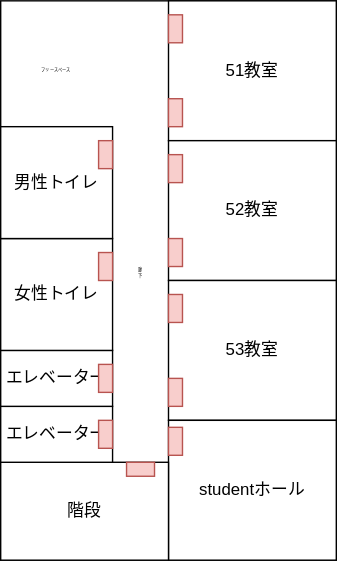
Earlier version of the draw.io export public/map/images/map_5.svg (ishida-0622/project-s3). Source tidied: cells renumbered, new cells last; positions are measured from the earlier drawing's top-left corner, leaving out a move shared by most shapes. Source of this version:
```xml
<mxGraphModel>
  <root>
    <mxCell id="0" />
    <mxCell id="1" parent="0" />
    <mxCell id="2" style="rounded=0;whiteSpace=wrap;html=1;" parent="1" vertex="1">
      <mxGeometry width="240" height="400" as="geometry" />
    </mxCell>
    <mxCell id="3" value="51教室" style="rounded=0;whiteSpace=wrap;html=1;" parent="1" vertex="1">
      <mxGeometry x="120" width="120" height="100" as="geometry" />
    </mxCell>
    <mxCell id="4" value="52教室" style="rounded=0;whiteSpace=wrap;html=1;" parent="1" vertex="1">
      <mxGeometry x="120" y="100" width="120" height="100" as="geometry" />
    </mxCell>
    <mxCell id="5" value="53教室" style="rounded=0;whiteSpace=wrap;html=1;" parent="1" vertex="1">
      <mxGeometry x="120" y="200" width="120" height="100" as="geometry" />
    </mxCell>
    <mxCell id="6" value="studentホール" style="rounded=0;whiteSpace=wrap;html=1;" parent="1" vertex="1">
      <mxGeometry x="120" y="300" width="120" height="100" as="geometry" />
    </mxCell>
    <mxCell id="7" value="階段" style="rounded=0;whiteSpace=wrap;html=1;" parent="1" vertex="1">
      <mxGeometry y="330" width="120" height="70" as="geometry" />
    </mxCell>
    <mxCell id="8" value="エレベーター" style="rounded=0;whiteSpace=wrap;html=1;" parent="1" vertex="1">
      <mxGeometry y="290" width="80" height="40" as="geometry" />
    </mxCell>
    <mxCell id="9" value="エレベーター" style="rounded=0;whiteSpace=wrap;html=1;" parent="1" vertex="1">
      <mxGeometry y="250" width="80" height="40" as="geometry" />
    </mxCell>
    <mxCell id="10" value="女性トイレ" style="rounded=0;whiteSpace=wrap;html=1;" parent="1" vertex="1">
      <mxGeometry y="170" width="80" height="80" as="geometry" />
    </mxCell>
    <mxCell id="11" value="男性トイレ" style="rounded=0;whiteSpace=wrap;html=1;" parent="1" vertex="1">
      <mxGeometry y="90" width="80" height="80" as="geometry" />
    </mxCell>
    <mxCell id="12" value="フリースペース" style="text;html=1;strokeColor=none;fillColor=none;align=center;verticalAlign=middle;whiteSpace=wrap;rounded=0;fontSize=3;" parent="1" vertex="1">
      <mxGeometry y="35" width="80" height="30" as="geometry" />
    </mxCell>
    <mxCell id="13" value="廊&lt;br&gt;下" style="text;html=1;strokeColor=none;fillColor=none;align=center;verticalAlign=middle;whiteSpace=wrap;rounded=0;fontSize=3;" parent="1" vertex="1">
      <mxGeometry x="80" y="170" width="40" height="50" as="geometry" />
    </mxCell>
    <mxCell id="14" style="rounded=0;whiteSpace=wrap;html=1;fontSize=3;fillColor=#f8cecc;strokeColor=#b85450;" parent="1" vertex="1">
      <mxGeometry x="120" y="305" width="10" height="20" as="geometry" />
    </mxCell>
    <mxCell id="15" style="rounded=0;whiteSpace=wrap;html=1;fontSize=3;fillColor=#f8cecc;strokeColor=#b85450;" parent="1" vertex="1">
      <mxGeometry x="120" y="270" width="10" height="20" as="geometry" />
    </mxCell>
    <mxCell id="16" style="rounded=0;whiteSpace=wrap;html=1;fontSize=3;fillColor=#f8cecc;strokeColor=#b85450;" parent="1" vertex="1">
      <mxGeometry x="120" y="210" width="10" height="20" as="geometry" />
    </mxCell>
    <mxCell id="17" style="rounded=0;whiteSpace=wrap;html=1;fontSize=3;fillColor=#f8cecc;strokeColor=#b85450;" parent="1" vertex="1">
      <mxGeometry x="120" y="170" width="10" height="20" as="geometry" />
    </mxCell>
    <mxCell id="18" style="rounded=0;whiteSpace=wrap;html=1;fontSize=3;fillColor=#f8cecc;strokeColor=#b85450;" parent="1" vertex="1">
      <mxGeometry x="120" y="110" width="10" height="20" as="geometry" />
    </mxCell>
    <mxCell id="19" style="rounded=0;whiteSpace=wrap;html=1;fontSize=3;fillColor=#f8cecc;strokeColor=#b85450;" parent="1" vertex="1">
      <mxGeometry x="120" y="10" width="10" height="20" as="geometry" />
    </mxCell>
    <mxCell id="20" style="rounded=0;whiteSpace=wrap;html=1;fontSize=3;fillColor=#f8cecc;strokeColor=#b85450;" parent="1" vertex="1">
      <mxGeometry x="120" y="70" width="10" height="20" as="geometry" />
    </mxCell>
    <mxCell id="21" style="rounded=0;whiteSpace=wrap;html=1;fontSize=3;fillColor=#f8cecc;strokeColor=#b85450;" parent="1" vertex="1">
      <mxGeometry x="70" y="100" width="10" height="20" as="geometry" />
    </mxCell>
    <mxCell id="22" style="rounded=0;whiteSpace=wrap;html=1;fontSize=3;fillColor=#f8cecc;strokeColor=#b85450;" parent="1" vertex="1">
      <mxGeometry x="70" y="180" width="10" height="20" as="geometry" />
    </mxCell>
    <mxCell id="23" style="rounded=0;whiteSpace=wrap;html=1;fontSize=3;fillColor=#f8cecc;strokeColor=#b85450;" parent="1" vertex="1">
      <mxGeometry x="70" y="260" width="10" height="20" as="geometry" />
    </mxCell>
    <mxCell id="24" style="rounded=0;whiteSpace=wrap;html=1;fontSize=3;fillColor=#f8cecc;strokeColor=#b85450;" parent="1" vertex="1">
      <mxGeometry x="70" y="300" width="10" height="20" as="geometry" />
    </mxCell>
    <mxCell id="25" style="rounded=0;whiteSpace=wrap;html=1;fontSize=3;fillColor=#f8cecc;strokeColor=#b85450;" parent="1" vertex="1">
      <mxGeometry x="90" y="330" width="20" height="10" as="geometry" />
    </mxCell>
  </root>
</mxGraphModel>
```
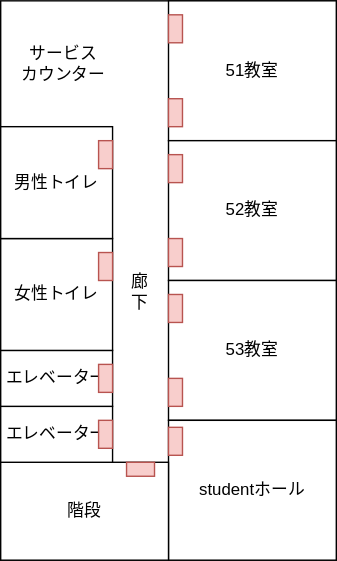
The same file after the commit.

Commit message:
update: 画像の更新

The edit, as a diff of the source:
```diff
@@ -32,12 +32,6 @@
     <mxCell id="11" value="男性トイレ" style="rounded=0;whiteSpace=wrap;html=1;" parent="1" vertex="1">
       <mxGeometry y="90" width="80" height="80" as="geometry" />
     </mxCell>
-    <mxCell id="12" value="フリースペース" style="text;html=1;strokeColor=none;fillColor=none;align=center;verticalAlign=middle;whiteSpace=wrap;rounded=0;fontSize=3;" parent="1" vertex="1">
-      <mxGeometry y="35" width="80" height="30" as="geometry" />
-    </mxCell>
-    <mxCell id="13" value="廊&lt;br&gt;下" style="text;html=1;strokeColor=none;fillColor=none;align=center;verticalAlign=middle;whiteSpace=wrap;rounded=0;fontSize=3;" parent="1" vertex="1">
-      <mxGeometry x="80" y="170" width="40" height="50" as="geometry" />
-    </mxCell>
     <mxCell id="14" style="rounded=0;whiteSpace=wrap;html=1;fontSize=3;fillColor=#f8cecc;strokeColor=#b85450;" parent="1" vertex="1">
       <mxGeometry x="120" y="305" width="10" height="20" as="geometry" />
     </mxCell>
@@ -74,5 +68,11 @@
     <mxCell id="25" style="rounded=0;whiteSpace=wrap;html=1;fontSize=3;fillColor=#f8cecc;strokeColor=#b85450;" parent="1" vertex="1">
       <mxGeometry x="90" y="330" width="20" height="10" as="geometry" />
     </mxCell>
+    <mxCell id="13" value="廊&lt;br&gt;下" style="rounded=0;whiteSpace=wrap;html=1;strokeColor=none;" parent="1" vertex="1">
+      <mxGeometry x="85" y="90" width="30" height="235" as="geometry" />
+    </mxCell>
+    <mxCell id="26" value="サービス&lt;br&gt;カウンター" style="rounded=0;whiteSpace=wrap;html=1;fillColor=default;strokeColor=none;" parent="1" vertex="1">
+      <mxGeometry x="5" y="20" width="80" height="50" as="geometry" />
+    </mxCell>
   </root>
 </mxGraphModel>
```
